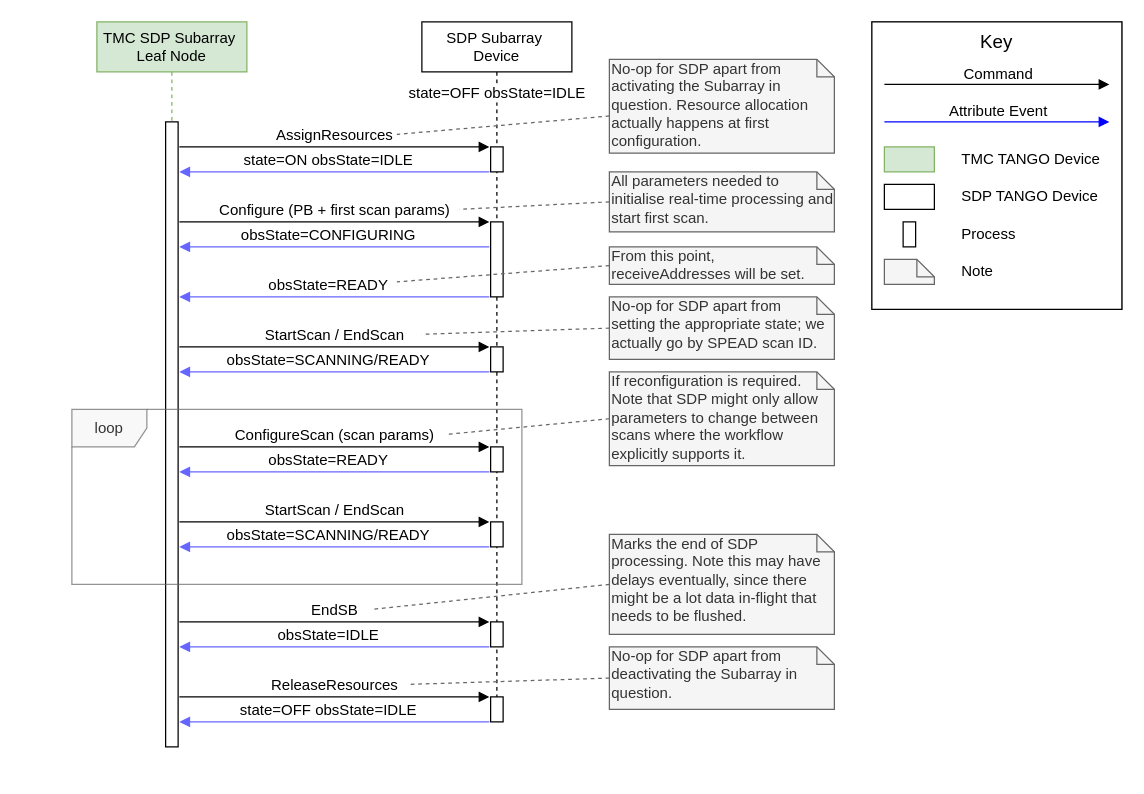
Before: docs/src/images/sdp_subarray_interaction_tango.drawio in ska-telescope/sdp-prototype, a draw.io diagram. Source tidied: cells renumbered, new cells numbered last; positions are measured from the earlier drawing's top-left corner, leaving out a move shared by most shapes. Both pictures are drawn from the tidied source at 125%, with x=0, y=0 at pixel (71, 21).
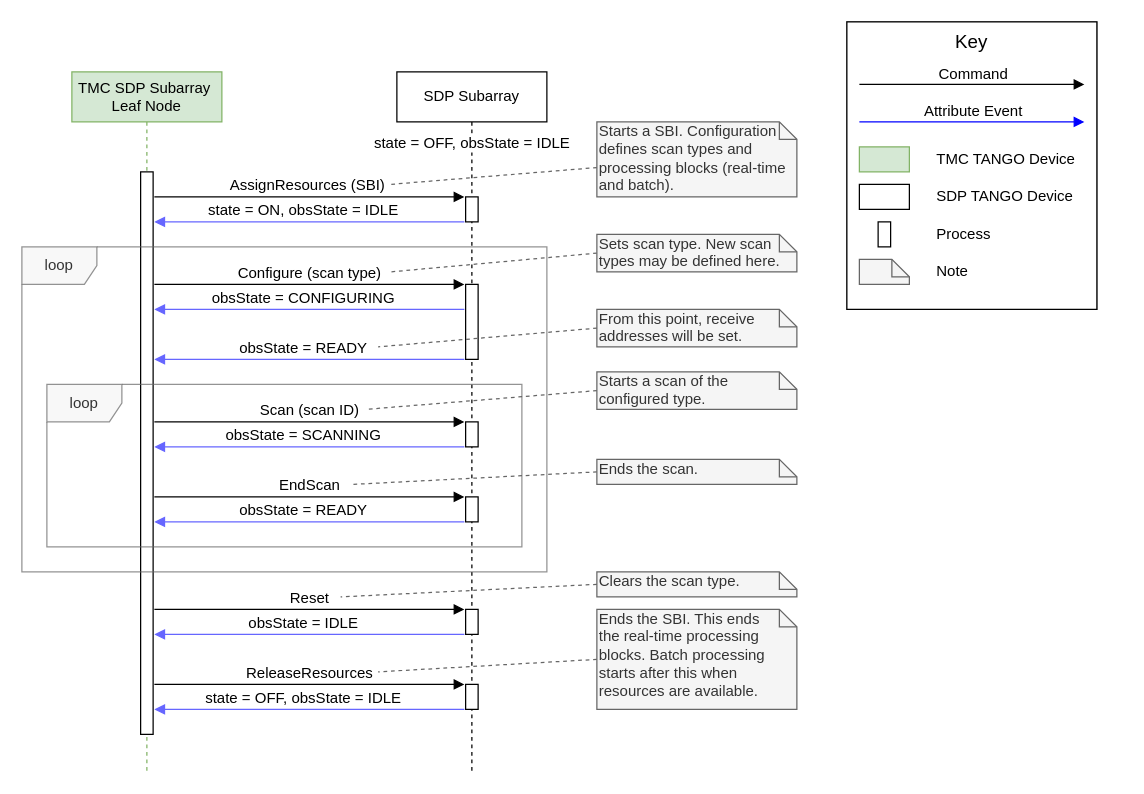
Above is the later version.

The edit, as a diff of the source:
```diff
@@
     <mxCell id="2" value="TMC SDP Subarray&amp;nbsp;&lt;br style=&quot;font-size: 12px&quot;&gt;Leaf Node" style="shape=umlLifeline;perimeter=lifelinePerimeter;whiteSpace=wrap;html=1;fillColor=#d5e8d4;fontSize=12;fontColor=#000000;strokeColor=#82b366;" parent="1" vertex="1">
-      <mxGeometry x="20" width="120" height="580" as="geometry" />
+      <mxGeometry y="40" width="120" height="560" as="geometry" />
     </mxCell>
     <mxCell id="3" style="html=1;perimeter=orthogonalPerimeter;fillColor=#FFFFFF;fontSize=12;fontColor=#000000;" parent="2" vertex="1">
-      <mxGeometry x="55" y="80" width="10" height="500" as="geometry" />
+      <mxGeometry x="55" y="80" width="10" height="450" as="geometry" />
     </mxCell>
-    <mxCell id="4" value="&lt;span style=&quot;font-size: 12px;&quot;&gt;SDP Subarray&amp;nbsp;&lt;/span&gt;&lt;br style=&quot;font-size: 12px;&quot;&gt;Device&lt;br style=&quot;font-size: 12px;&quot;&gt;" style="shape=umlLifeline;perimeter=lifelinePerimeter;whiteSpace=wrap;html=1;fillColor=#FFFFFF;fontSize=12;fontColor=#000000;" parent="1" vertex="1">
-      <mxGeometry x="280" width="120" height="560" as="geometry" />
+    <mxCell id="4" value="&lt;span style=&quot;font-size: 12px&quot;&gt;SDP Subarray&lt;/span&gt;" style="shape=umlLifeline;perimeter=lifelinePerimeter;whiteSpace=wrap;html=1;fillColor=#FFFFFF;fontSize=12;fontColor=#000000;" parent="1" vertex="1">
+      <mxGeometry x="260" y="40" width="120" height="560" as="geometry" />
     </mxCell>
@@
+    <mxCell id="21" style="html=1;perimeter=orthogonalPerimeter;fillColor=#FFFFFF;fontSize=12;fontColor=#000000;" parent="4" vertex="1">
+      <mxGeometry x="55" y="340" width="10" height="20" as="geometry" />
+    </mxCell>
+    <mxCell id="18" style="html=1;perimeter=orthogonalPerimeter;fillColor=#FFFFFF;fontSize=12;fontColor=#000000;" parent="4" vertex="1">
+      <mxGeometry x="55" y="280" width="10" height="20" as="geometry" />
+    </mxCell>
+    <mxCell id="13" style="html=1;perimeter=orthogonalPerimeter;fillColor=#FFFFFF;fontSize=12;fontColor=#000000;" parent="4" vertex="1">
+      <mxGeometry x="55" y="170" width="10" height="60" as="geometry" />
+    </mxCell>
-    <mxCell id="6" value="&lt;font style=&quot;font-size: 12px&quot;&gt;state=ON obsState=IDLE&lt;br&gt;&lt;/font&gt;" style="html=1;verticalAlign=bottom;endArrow=block;strokeColor=#6666FF;strokeWidth=1;fontSize=12;fontColor=#000000;" parent="1" edge="1">
+    <mxCell id="6" value="&lt;font style=&quot;font-size: 12px&quot;&gt;state = ON, obsState = IDLE&lt;br&gt;&lt;/font&gt;" style="html=1;verticalAlign=bottom;endArrow=block;strokeColor=#6666FF;strokeWidth=1;fontSize=12;fontColor=#000000;entryX=1.1;entryY=0.089;entryDx=0;entryDy=0;entryPerimeter=0;" parent="1" edge="1">
       <mxGeometry x="0.04" relative="1" as="geometry">
-        <mxPoint x="334" y="120" as="sourcePoint" />
-        <mxPoint x="86" y="120" as="targetPoint" />
+        <mxPoint x="314" y="160" as="sourcePoint" />
+        <mxPoint x="66" y="160" as="targetPoint" />
       </mxGeometry>
     </mxCell>
-    <mxCell id="7" value="AssignResources" style="html=1;verticalAlign=bottom;endArrow=block;strokeColor=#000000;strokeWidth=1;fontSize=12;fontColor=#000000;" parent="1" edge="1">
+    <mxCell id="7" value="AssignResources (SBI)&amp;nbsp;" style="html=1;verticalAlign=bottom;endArrow=block;strokeColor=#000000;strokeWidth=1;fontSize=12;fontColor=#000000;" parent="1" edge="1">
       <mxGeometry relative="1" as="geometry">
-        <mxPoint x="86" y="100" as="sourcePoint" />
-        <mxPoint x="334" y="100" as="targetPoint" />
+        <mxPoint x="66" y="140" as="sourcePoint" />
+        <mxPoint x="314" y="140" as="targetPoint" />
       </mxGeometry>
     </mxCell>
     <mxCell id="8" style="rounded=0;jettySize=auto;html=1;dashed=1;endArrow=none;endFill=0;fontSize=12;fillColor=#f5f5f5;strokeColor=#666666;" parent="1" edge="1" source="9">
       <mxGeometry relative="1" as="geometry">
-        <mxPoint x="260" y="90" as="targetPoint" />
+        <mxPoint x="255" y="130" as="targetPoint" />
       </mxGeometry>
     </mxCell>
-    <mxCell id="9" value="&lt;div style=&quot;font-size: 12px&quot;&gt;No-op for SDP apart from activating the Subarray in question. Resource allocation actually happens at first configuration.&lt;br style=&quot;font-size: 12px&quot;&gt;&lt;/div&gt;" style="shape=note;whiteSpace=wrap;html=1;size=14;verticalAlign=top;align=left;spacingTop=-6;fontSize=12;fillColor=#f5f5f5;strokeColor=#666666;fontColor=#333333;" parent="1" vertex="1">
-      <mxGeometry x="430" y="30" width="180" height="75" as="geometry" />
+    <mxCell id="9" value="&lt;div style=&quot;font-size: 12px&quot;&gt;Starts a SBI. Configuration&lt;/div&gt;&lt;div style=&quot;font-size: 12px&quot;&gt;&lt;span&gt;defines scan types and processing blocks (real-time&lt;/span&gt;&lt;/div&gt;&lt;div style=&quot;font-size: 12px&quot;&gt;&lt;span&gt;and batch).&lt;/span&gt;&lt;/div&gt;" style="shape=note;whiteSpace=wrap;html=1;size=14;verticalAlign=top;align=left;spacingTop=-6;fontSize=12;fillColor=#f5f5f5;strokeColor=#666666;fontColor=#333333;" parent="1" vertex="1">
+      <mxGeometry x="420" y="80" width="160" height="60" as="geometry" />
     </mxCell>
     <mxCell id="10" style="rounded=0;jettySize=auto;html=1;exitX=0;exitY=0.5;exitDx=0;exitDy=0;exitPerimeter=0;endArrow=none;endFill=0;dashed=1;fillColor=#f5f5f5;strokeColor=#666666;" parent="1" edge="1" source="11">
       <mxGeometry relative="1" as="geometry">
-        <mxPoint x="310" y="150" as="targetPoint" />
+        <mxPoint x="255" y="200" as="targetPoint" />
       </mxGeometry>
     </mxCell>
-    <mxCell id="11" value="&lt;div&gt;All parameters needed to initialise real-time processing and start first scan.&lt;br&gt;&lt;/div&gt;" style="shape=note;whiteSpace=wrap;html=1;size=14;verticalAlign=top;align=left;spacingTop=-6;fontSize=12;fillColor=#f5f5f5;strokeColor=#666666;fontColor=#333333;" parent="1" vertex="1">
-      <mxGeometry x="430" y="120" width="180" height="48" as="geometry" />
+    <mxCell id="11" value="&lt;div&gt;Sets scan type. New scan types may be defined here.&lt;/div&gt;&lt;div&gt;&amp;nbsp;&lt;/div&gt;" style="shape=note;whiteSpace=wrap;html=1;size=14;verticalAlign=top;align=left;spacingTop=-6;fontSize=12;fillColor=#f5f5f5;strokeColor=#666666;fontColor=#333333;" parent="1" vertex="1">
+      <mxGeometry x="420" y="170" width="160" height="30" as="geometry" />
     </mxCell>
-    <mxCell id="12" value="&lt;div&gt;From this point, receiveAddresses will be set.&lt;/div&gt;" style="shape=note;whiteSpace=wrap;html=1;size=14;verticalAlign=top;align=left;spacingTop=-6;fontSize=12;fillColor=#f5f5f5;strokeColor=#666666;fontColor=#333333;" parent="1" vertex="1">
-      <mxGeometry x="430" y="180" width="180" height="30" as="geometry" />
+    <mxCell id="12" value="&lt;div&gt;From this point, receive addresses will be set.&lt;/div&gt;" style="shape=note;whiteSpace=wrap;html=1;size=14;verticalAlign=top;align=left;spacingTop=-6;fontSize=12;fillColor=#f5f5f5;strokeColor=#666666;fontColor=#333333;" parent="1" vertex="1">
+      <mxGeometry x="420" y="230" width="160" height="30" as="geometry" />
     </mxCell>
-    <mxCell id="13" style="html=1;perimeter=orthogonalPerimeter;fillColor=#FFFFFF;fontSize=12;fontColor=#000000;" parent="1" vertex="1">
-      <mxGeometry x="335" y="160" width="10" height="60" as="geometry" />
-    </mxCell>
-    <mxCell id="14" value="Configure (PB + first scan params)" style="html=1;verticalAlign=bottom;endArrow=block;strokeColor=#000000;strokeWidth=1;fontSize=12;fontColor=#000000;" parent="1" edge="1">
+    <mxCell id="14" value="Configure (scan type)" style="html=1;verticalAlign=bottom;endArrow=block;strokeColor=#000000;strokeWidth=1;fontSize=12;fontColor=#000000;" parent="1" edge="1">
       <mxGeometry relative="1" as="geometry">
-        <mxPoint x="86" y="160" as="sourcePoint" />
-        <mxPoint x="334" y="160" as="targetPoint" />
+        <mxPoint x="66" y="210" as="sourcePoint" />
+        <mxPoint x="314" y="210" as="targetPoint" />
       </mxGeometry>
     </mxCell>
-    <mxCell id="15" value="obsState=READY" style="html=1;verticalAlign=bottom;endArrow=block;strokeColor=#6666FF;strokeWidth=1;fontSize=12;fontColor=#000000;" parent="1" edge="1">
+    <mxCell id="15" value="obsState = READY" style="html=1;verticalAlign=bottom;endArrow=block;strokeColor=#6666FF;strokeWidth=1;fontSize=12;fontColor=#000000;" parent="1" edge="1">
       <mxGeometry x="0.04" relative="1" as="geometry">
-        <mxPoint x="334" y="220" as="sourcePoint" />
-        <mxPoint x="86" y="220" as="targetPoint" />
+        <mxPoint x="314" y="270" as="sourcePoint" />
+        <mxPoint x="66" y="270" as="targetPoint" />
       </mxGeometry>
     </mxCell>
-    <mxCell id="16" value="&lt;font style=&quot;font-size: 12px&quot;&gt;StartScan / EndScan&lt;br&gt;&lt;/font&gt;" style="html=1;verticalAlign=bottom;endArrow=block;strokeColor=#000000;strokeWidth=1;fontSize=12;fontColor=#000000;" parent="1" edge="1">
+    <mxCell id="16" value="&lt;font style=&quot;font-size: 12px&quot;&gt;Scan (scan ID)&lt;br&gt;&lt;/font&gt;" style="html=1;verticalAlign=bottom;endArrow=block;strokeColor=#000000;strokeWidth=1;fontSize=12;fontColor=#000000;" parent="1" edge="1">
       <mxGeometry relative="1" as="geometry">
-        <mxPoint x="86" y="260" as="sourcePoint" />
-        <mxPoint x="334" y="260" as="targetPoint" />
+        <mxPoint x="66" y="320" as="sourcePoint" />
+        <mxPoint x="314" y="320" as="targetPoint" />
       </mxGeometry>
     </mxCell>
-    <mxCell id="17" value="obsState=SCANNING/READY" style="html=1;verticalAlign=bottom;endArrow=block;strokeColor=#6666FF;strokeWidth=1;fontSize=12;fontColor=#000000;" parent="1" edge="1">
+    <mxCell id="17" value="obsState = SCANNING" style="html=1;verticalAlign=bottom;endArrow=block;strokeColor=#6666FF;strokeWidth=1;fontSize=12;fontColor=#000000;" parent="1" edge="1">
       <mxGeometry x="0.04" relative="1" as="geometry">
-        <mxPoint x="334" y="280" as="sourcePoint" />
-        <mxPoint x="86" y="280" as="targetPoint" />
+        <mxPoint x="314" y="340" as="sourcePoint" />
+        <mxPoint x="66" y="340" as="targetPoint" />
       </mxGeometry>
     </mxCell>
-    <mxCell id="18" style="html=1;perimeter=orthogonalPerimeter;fillColor=#FFFFFF;fontSize=12;fontColor=#000000;" parent="1" vertex="1">
-      <mxGeometry x="335" y="260" width="10" height="20" as="geometry" />
-    </mxCell>
-    <mxCell id="19" value="No-op for SDP apart from&lt;br&gt;setting the appropriate state; we actually go by SPEAD scan ID." style="shape=note;whiteSpace=wrap;html=1;size=14;verticalAlign=top;align=left;spacingTop=-6;fontSize=12;fillColor=#f5f5f5;strokeColor=#666666;fontColor=#333333;" parent="1" vertex="1">
-      <mxGeometry x="430" y="220" width="180" height="50" as="geometry" />
+    <mxCell id="19" value="Starts a scan of the&lt;br&gt;configured type." style="shape=note;whiteSpace=wrap;html=1;size=14;verticalAlign=top;align=left;spacingTop=-6;fontSize=12;fillColor=#f5f5f5;strokeColor=#666666;fontColor=#333333;" parent="1" vertex="1">
+      <mxGeometry x="420" y="280" width="160" height="30" as="geometry" />
     </mxCell>
     <mxCell id="20" style="rounded=0;jettySize=auto;html=1;dashed=1;endArrow=none;endFill=0;fontSize=12;exitX=0;exitY=0.5;exitDx=0;exitDy=0;exitPerimeter=0;fillColor=#f5f5f5;strokeColor=#666666;" parent="1" edge="1" source="19">
       <mxGeometry relative="1" as="geometry">
-        <mxPoint x="280" y="250" as="targetPoint" />
+        <mxPoint x="235" y="310" as="targetPoint" />
       </mxGeometry>
     </mxCell>
-    <mxCell id="21" style="html=1;perimeter=orthogonalPerimeter;fillColor=#FFFFFF;fontSize=12;fontColor=#000000;" parent="1" vertex="1">
-      <mxGeometry x="335" y="340" width="10" height="20" as="geometry" />
-    </mxCell>
-    <mxCell id="22" value="ConfigureScan (scan params)" style="html=1;verticalAlign=bottom;endArrow=block;strokeColor=#000000;strokeWidth=1;fontSize=12;fontColor=#000000;" parent="1" edge="1">
+    <mxCell id="22" value="EndScan" style="html=1;verticalAlign=bottom;endArrow=block;strokeColor=#000000;strokeWidth=1;fontSize=12;fontColor=#000000;" parent="1" edge="1">
       <mxGeometry relative="1" as="geometry">
-        <mxPoint x="86" y="340" as="sourcePoint" />
-        <mxPoint x="334" y="340" as="targetPoint" />
+        <mxPoint x="66" y="380" as="sourcePoint" />
+        <mxPoint x="314" y="380" as="targetPoint" />
       </mxGeometry>
     </mxCell>
-    <mxCell id="23" value="obsState=READY" style="html=1;verticalAlign=bottom;endArrow=block;strokeColor=#6666FF;strokeWidth=1;fontSize=12;fontColor=#000000;" parent="1" edge="1">
+    <mxCell id="23" value="obsState = READY" style="html=1;verticalAlign=bottom;endArrow=block;strokeColor=#6666FF;strokeWidth=1;fontSize=12;fontColor=#000000;" parent="1" edge="1">
       <mxGeometry x="0.04" relative="1" as="geometry">
-        <mxPoint x="334" y="360" as="sourcePoint" />
-        <mxPoint x="86" y="360" as="targetPoint" />
+        <mxPoint x="314" y="400" as="sourcePoint" />
+        <mxPoint x="66" y="400" as="targetPoint" />
       </mxGeometry>
     </mxCell>
-    <mxCell id="24" value="&lt;font style=&quot;font-size: 12px&quot;&gt;StartScan / EndScan&lt;br&gt;&lt;/font&gt;" style="html=1;verticalAlign=bottom;endArrow=block;strokeColor=#000000;strokeWidth=1;fontSize=12;fontColor=#000000;" parent="1" edge="1">
-      <mxGeometry relative="1" as="geometry">
-        <mxPoint x="86" y="400" as="sourcePoint" />
-        <mxPoint x="334" y="400" as="targetPoint" />
-      </mxGeometry>
-    </mxCell>
-    <mxCell id="25" value="obsState=SCANNING/READY" style="html=1;verticalAlign=bottom;endArrow=block;strokeColor=#6666FF;strokeWidth=1;fontSize=12;fontColor=#000000;" parent="1" edge="1">
-      <mxGeometry x="0.04" relative="1" as="geometry">
-        <mxPoint x="334" y="420" as="sourcePoint" />
-        <mxPoint x="86" y="420" as="targetPoint" />
-      </mxGeometry>
-    </mxCell>
-    <mxCell id="26" style="html=1;perimeter=orthogonalPerimeter;fillColor=#FFFFFF;fontSize=12;fontColor=#000000;" parent="1" vertex="1">
-      <mxGeometry x="335" y="400" width="10" height="20" as="geometry" />
-    </mxCell>
     <mxCell id="27" style="rounded=0;jettySize=auto;html=1;exitX=0;exitY=0.5;exitDx=0;exitDy=0;exitPerimeter=0;endArrow=none;endFill=0;dashed=1;fillColor=#f5f5f5;strokeColor=#666666;" parent="1" edge="1" source="28">
       <mxGeometry relative="1" as="geometry">
-        <mxPoint x="300" y="330" as="targetPoint" />
+        <mxPoint x="225" y="370" as="targetPoint" />
       </mxGeometry>
     </mxCell>
-    <mxCell id="28" value="&lt;div&gt;If reconfiguration is required. Note that SDP might only allow parameters to change between scans where the workflow explicitly supports it.&lt;br&gt;&lt;/div&gt;" style="shape=note;whiteSpace=wrap;html=1;size=14;verticalAlign=top;align=left;spacingTop=-6;fontSize=12;fillColor=#f5f5f5;strokeColor=#666666;fontColor=#333333;" parent="1" vertex="1">
-      <mxGeometry x="430" y="280" width="180" height="75" as="geometry" />
+    <mxCell id="28" value="&lt;div&gt;Ends the scan.&lt;/div&gt;" style="shape=note;whiteSpace=wrap;html=1;size=14;verticalAlign=top;align=left;spacingTop=-6;fontSize=12;fillColor=#f5f5f5;strokeColor=#666666;fontColor=#333333;" parent="1" vertex="1">
+      <mxGeometry x="420" y="350" width="160" height="20" as="geometry" />
     </mxCell>
     <mxCell id="29" style="html=1;perimeter=orthogonalPerimeter;fillColor=#FFFFFF;fontSize=12;fontColor=#000000;" parent="1" vertex="1">
-      <mxGeometry x="335" y="480" width="10" height="20" as="geometry" />
+      <mxGeometry x="315" y="470" width="10" height="20" as="geometry" />
     </mxCell>
-    <mxCell id="30" value="&lt;font style=&quot;font-size: 12px&quot;&gt;obsState=IDLE&lt;/font&gt;" style="html=1;verticalAlign=bottom;endArrow=block;strokeColor=#6666FF;strokeWidth=1;fontSize=12;fontColor=#000000;" parent="1" edge="1">
+    <mxCell id="30" value="&lt;font style=&quot;font-size: 12px&quot;&gt;obsState = IDLE&lt;/font&gt;" style="html=1;verticalAlign=bottom;endArrow=block;strokeColor=#6666FF;strokeWidth=1;fontSize=12;fontColor=#000000;" parent="1" edge="1">
       <mxGeometry x="0.04" relative="1" as="geometry">
-        <mxPoint x="334" y="500" as="sourcePoint" />
-        <mxPoint x="86" y="500" as="targetPoint" />
+        <mxPoint x="314" y="490" as="sourcePoint" />
+        <mxPoint x="66" y="490" as="targetPoint" />
       </mxGeometry>
     </mxCell>
-    <mxCell id="31" value="EndSB" style="html=1;verticalAlign=bottom;endArrow=block;strokeColor=#000000;strokeWidth=1;fontSize=12;fontColor=#000000;" parent="1" edge="1">
+    <mxCell id="31" value="Reset" style="html=1;verticalAlign=bottom;endArrow=block;strokeColor=#000000;strokeWidth=1;fontSize=12;fontColor=#000000;" parent="1" edge="1">
       <mxGeometry relative="1" as="geometry">
-        <mxPoint x="86" y="480" as="sourcePoint" />
-        <mxPoint x="334" y="480" as="targetPoint" />
+        <mxPoint x="66" y="470" as="sourcePoint" />
+        <mxPoint x="314" y="470" as="targetPoint" />
       </mxGeometry>
     </mxCell>
-    <mxCell id="32" value="Marks the end of SDP processing. Note this may have delays eventually, since there might be a lot data in-flight that needs to be flushed." style="shape=note;whiteSpace=wrap;html=1;size=14;verticalAlign=top;align=left;spacingTop=-6;fontSize=12;fillColor=#f5f5f5;strokeColor=#666666;fontColor=#333333;" parent="1" vertex="1">
-      <mxGeometry x="430" y="410" width="180" height="80" as="geometry" />
+    <mxCell id="32" value="Clears the scan type." style="shape=note;whiteSpace=wrap;html=1;size=14;verticalAlign=top;align=left;spacingTop=-6;fontSize=12;fillColor=#f5f5f5;strokeColor=#666666;fontColor=#333333;" parent="1" vertex="1">
+      <mxGeometry x="420" y="440" width="160" height="20" as="geometry" />
     </mxCell>
     <mxCell id="33" style="rounded=0;jettySize=auto;html=1;dashed=1;endArrow=none;endFill=0;fontSize=12;exitX=0;exitY=0.5;exitDx=0;exitDy=0;exitPerimeter=0;fillColor=#f5f5f5;strokeColor=#666666;" parent="1" edge="1" source="32">
       <mxGeometry relative="1" as="geometry">
-        <mxPoint x="240" y="470" as="targetPoint" />
+        <mxPoint x="215" y="460" as="targetPoint" />
       </mxGeometry>
     </mxCell>
-    <mxCell id="34" value="state=OFF obsState=IDLE" style="text;html=1;fillColor=#ffffff;verticalAlign=middle;align=center;labelBackgroundColor=#ffffff;spacingTop=2;spacingBottom=2;spacingLeft=2;spacingRight=2;" parent="1" vertex="1">
-      <mxGeometry x="270" y="50" width="140" height="14" as="geometry" />
+    <mxCell id="34" value="state = OFF, obsState = IDLE" style="text;html=1;fillColor=#ffffff;verticalAlign=middle;align=center;labelBackgroundColor=#ffffff;spacingTop=2;spacingBottom=2;spacingLeft=2;spacingRight=2;" parent="1" vertex="1">
+      <mxGeometry x="250" y="90" width="140" height="14" as="geometry" />
     </mxCell>
     <mxCell id="35" style="html=1;perimeter=orthogonalPerimeter;fillColor=#FFFFFF;fontSize=12;fontColor=#000000;" parent="1" vertex="1">
-      <mxGeometry x="335" y="540" width="10" height="20" as="geometry" />
+      <mxGeometry x="315" y="530" width="10" height="20" as="geometry" />
     </mxCell>
-    <mxCell id="36" value="&lt;font style=&quot;font-size: 12px&quot;&gt;state=OFF obsState=IDLE&lt;br&gt;&lt;/font&gt;" style="html=1;verticalAlign=bottom;endArrow=block;strokeColor=#6666FF;strokeWidth=1;fontSize=12;fontColor=#000000;" parent="1" edge="1">
+    <mxCell id="36" value="&lt;font style=&quot;font-size: 12px&quot;&gt;state = OFF, obsState = IDLE&lt;br&gt;&lt;/font&gt;" style="html=1;verticalAlign=bottom;endArrow=block;strokeColor=#6666FF;strokeWidth=1;fontSize=12;fontColor=#000000;" parent="1" edge="1">
       <mxGeometry x="0.04" relative="1" as="geometry">
-        <mxPoint x="334" y="560" as="sourcePoint" />
-        <mxPoint x="86" y="560" as="targetPoint" />
+        <mxPoint x="314" y="550" as="sourcePoint" />
+        <mxPoint x="66" y="550" as="targetPoint" />
       </mxGeometry>
     </mxCell>
     <mxCell id="37" value="ReleaseResources" style="html=1;verticalAlign=bottom;endArrow=block;strokeColor=#000000;strokeWidth=1;fontSize=12;fontColor=#000000;" parent="1" edge="1">
       <mxGeometry relative="1" as="geometry">
-        <mxPoint x="86" y="540" as="sourcePoint" />
-        <mxPoint x="334" y="540" as="targetPoint" />
+        <mxPoint x="66" y="530" as="sourcePoint" />
+        <mxPoint x="314" y="530" as="targetPoint" />
       </mxGeometry>
     </mxCell>
-    <mxCell id="38" value="obsState=CONFIGURING" style="html=1;verticalAlign=bottom;endArrow=block;strokeColor=#6666FF;strokeWidth=1;fontSize=12;fontColor=#000000;" parent="1" edge="1">
+    <mxCell id="38" value="obsState = CONFIGURING" style="html=1;verticalAlign=bottom;endArrow=block;strokeColor=#6666FF;strokeWidth=1;fontSize=12;fontColor=#000000;" parent="1" edge="1">
       <mxGeometry x="0.04" relative="1" as="geometry">
-        <mxPoint x="334" y="180" as="sourcePoint" />
-        <mxPoint x="86" y="180" as="targetPoint" />
+        <mxPoint x="314" y="230" as="sourcePoint" />
+        <mxPoint x="66" y="230" as="targetPoint" />
       </mxGeometry>
     </mxCell>
     <mxCell id="39" style="edgeStyle=none;rounded=0;jettySize=auto;html=1;exitX=0;exitY=0.5;exitDx=0;exitDy=0;exitPerimeter=0;dashed=1;endArrow=none;endFill=0;fillColor=#f5f5f5;strokeColor=#666666;" parent="1" edge="1" source="40">
       <mxGeometry relative="1" as="geometry">
-        <mxPoint x="270" y="530" as="targetPoint" />
+        <mxPoint x="245" y="520" as="targetPoint" />
       </mxGeometry>
     </mxCell>
-    <mxCell id="40" value="&lt;div style=&quot;font-size: 12px&quot;&gt;No-op for SDP apart from deactivating the Subarray in question.&lt;br style=&quot;font-size: 12px&quot;&gt;&lt;/div&gt;" style="shape=note;whiteSpace=wrap;html=1;size=14;verticalAlign=top;align=left;spacingTop=-6;fontSize=12;fillColor=#f5f5f5;strokeColor=#666666;fontColor=#333333;" parent="1" vertex="1">
-      <mxGeometry x="430" y="500" width="180" height="50" as="geometry" />
+    <mxCell id="40" value="&lt;div style=&quot;font-size: 12px&quot;&gt;Ends the SBI. This ends&lt;/div&gt;&lt;div style=&quot;font-size: 12px&quot;&gt;the real-time processing blocks. Batch processing starts after this when resources are available.&lt;br style=&quot;font-size: 12px&quot;&gt;&lt;/div&gt;" style="shape=note;whiteSpace=wrap;html=1;size=14;verticalAlign=top;align=left;spacingTop=-6;fontSize=12;fillColor=#f5f5f5;strokeColor=#666666;fontColor=#333333;" parent="1" vertex="1">
+      <mxGeometry x="420" y="470" width="160" height="80" as="geometry" />
     </mxCell>
     <mxCell id="41" style="group;fillColor=#f5f5f5;strokeColor=#666666;fontColor=#333333;" parent="1" vertex="1">
-      <mxGeometry x="640" width="200" height="230" as="geometry" />
+      <mxGeometry x="620" width="200" height="230" as="geometry" />
     </mxCell>
@@
     <mxCell id="55" style="rounded=0;jettySize=auto;html=1;dashed=1;endArrow=none;endFill=0;fontSize=12;exitX=0;exitY=0.5;exitDx=0;exitDy=0;exitPerimeter=0;fillColor=#f5f5f5;strokeColor=#666666;" parent="1" edge="1" source="12">
       <mxGeometry relative="1" as="geometry">
-        <mxPoint x="260" y="208" as="targetPoint" />
+        <mxPoint x="245" y="260" as="targetPoint" />
       </mxGeometry>
     </mxCell>
+    <mxCell id="57" value="&lt;font style=&quot;font-size: 12px;&quot;&gt;loop&lt;/font&gt;" style="shape=umlFrame;whiteSpace=wrap;html=1;shadow=0;labelBackgroundColor=none;strokeWidth=1;fontFamily=Helvetica;fontSize=12;opacity=70;strokeColor=#666666;fillColor=#f5f5f5;fontColor=#333333;gradientColor=none;" parent="1" vertex="1">
+      <mxGeometry x="-20" y="290" width="380" height="130" as="geometry" />
+    </mxCell>
     <mxCell id="56" value="&lt;font style=&quot;font-size: 12px;&quot;&gt;loop&lt;/font&gt;" style="shape=umlFrame;whiteSpace=wrap;html=1;shadow=0;labelBackgroundColor=none;strokeWidth=1;fontFamily=Helvetica;fontSize=12;opacity=70;strokeColor=#666666;fillColor=#f5f5f5;fontColor=#333333;gradientColor=none;" parent="1" vertex="1">
-      <mxGeometry y="310" width="360" height="140" as="geometry" />
+      <mxGeometry x="-40" y="180" width="420" height="260" as="geometry" />
     </mxCell>
```
